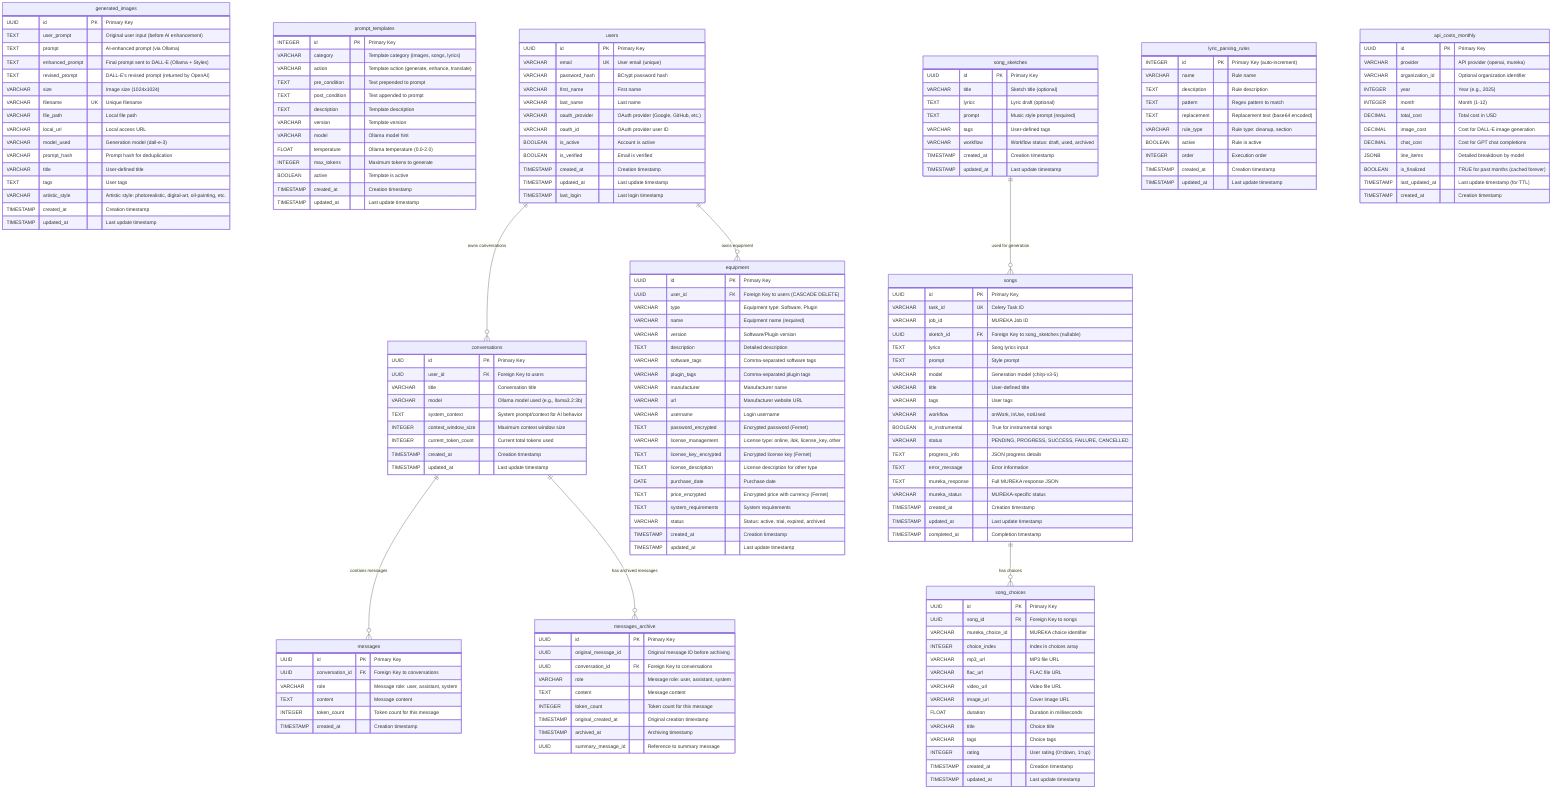
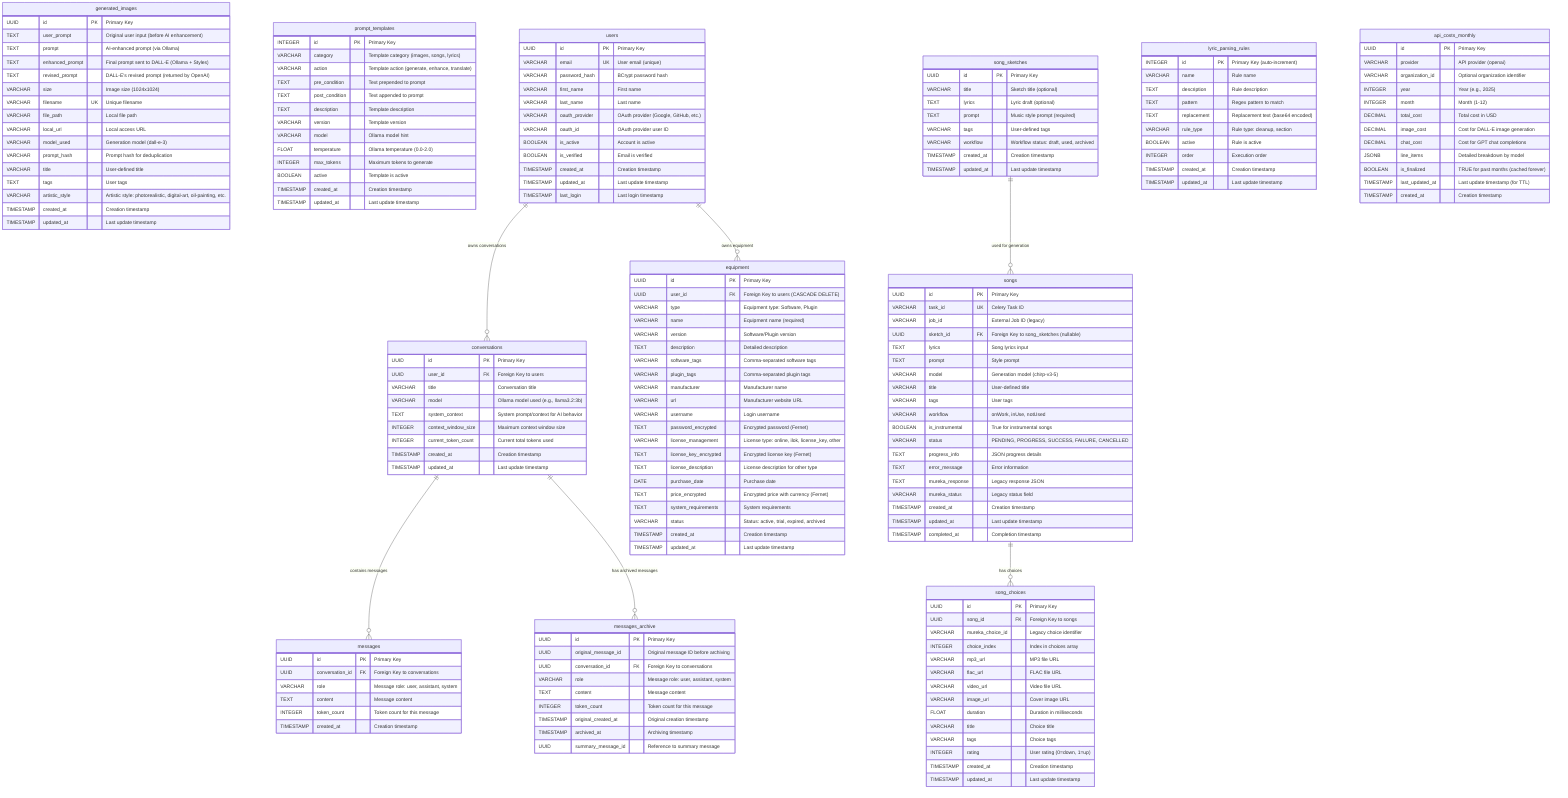
erDiagram
    songs {
        UUID id PK "Primary Key"
        VARCHAR task_id UK "Celery Task ID"
-         VARCHAR job_id "MUREKA Job ID"
+         VARCHAR job_id "External Job ID (legacy)"
        UUID sketch_id FK "Foreign Key to song_sketches (nullable)"
        TEXT lyrics "Song lyrics input"
        TEXT prompt "Style prompt"
        VARCHAR model "Generation model (chirp-v3-5)"
        VARCHAR title "User-defined title"
        VARCHAR tags "User tags"
        VARCHAR workflow "onWork, inUse, notUsed"
        BOOLEAN is_instrumental "True for instrumental songs"
        VARCHAR status "PENDING, PROGRESS, SUCCESS, FAILURE, CANCELLED"
        TEXT progress_info "JSON progress details"
        TEXT error_message "Error information"
-         TEXT mureka_response "Full MUREKA response JSON"
-         VARCHAR mureka_status "MUREKA-specific status"
+         TEXT mureka_response "Legacy response JSON"
+         VARCHAR mureka_status "Legacy status field"
        TIMESTAMP created_at "Creation timestamp"
        TIMESTAMP updated_at "Last update timestamp"
        TIMESTAMP completed_at "Completion timestamp"
    }

    song_choices {
        UUID id PK "Primary Key"
        UUID song_id FK "Foreign Key to songs"
-         VARCHAR mureka_choice_id "MUREKA choice identifier"
+         VARCHAR mureka_choice_id "Legacy choice identifier"
        INTEGER choice_index "Index in choices array"
        VARCHAR mp3_url "MP3 file URL"
        VARCHAR flac_url "FLAC file URL"
        VARCHAR video_url "Video file URL"
        VARCHAR image_url "Cover image URL"
        FLOAT duration "Duration in milliseconds"
        VARCHAR title "Choice title"
        VARCHAR tags "Choice tags"
        INTEGER rating "User rating (0=down, 1=up)"
        TIMESTAMP created_at "Creation timestamp"
        TIMESTAMP updated_at "Last update timestamp"
    }

    generated_images {
        UUID id PK "Primary Key"
        TEXT user_prompt "Original user input (before AI enhancement)"
        TEXT prompt "AI-enhanced prompt (via Ollama)"
        TEXT enhanced_prompt "Final prompt sent to DALL-E (Ollama + Styles)"
        TEXT revised_prompt "DALL-E's revised prompt (returned by OpenAI)"
        VARCHAR size "Image size (1024x1024)"
        VARCHAR filename UK "Unique filename"
        VARCHAR file_path "Local file path"
        VARCHAR local_url "Local access URL"
        VARCHAR model_used "Generation model (dall-e-3)"
        VARCHAR prompt_hash "Prompt hash for deduplication"
        VARCHAR title "User-defined title"
        TEXT tags "User tags"
        VARCHAR artistic_style "Artistic style: photorealistic, digital-art, oil-painting, etc."
        TIMESTAMP created_at "Creation timestamp"
        TIMESTAMP updated_at "Last update timestamp"
    }

    prompt_templates {
        INTEGER id PK "Primary Key"
        VARCHAR category "Template category (images, songs, lyrics)"
        VARCHAR action "Template action (generate, enhance, translate)"
        TEXT pre_condition "Text prepended to prompt"
        TEXT post_condition "Text appended to prompt"
        TEXT description "Template description"
        VARCHAR version "Template version"
        VARCHAR model "Ollama model hint"
        FLOAT temperature "Ollama temperature (0.0-2.0)"
        INTEGER max_tokens "Maximum tokens to generate"
        BOOLEAN active "Template is active"
        TIMESTAMP created_at "Creation timestamp"
        TIMESTAMP updated_at "Last update timestamp"
    }

    conversations {
        UUID id PK "Primary Key"
        UUID user_id FK "Foreign Key to users"
        VARCHAR title "Conversation title"
        VARCHAR model "Ollama model used (e.g., llama3.2:3b)"
        TEXT system_context "System prompt/context for AI behavior"
        INTEGER context_window_size "Maximum context window size"
        INTEGER current_token_count "Current total tokens used"
        TIMESTAMP created_at "Creation timestamp"
        TIMESTAMP updated_at "Last update timestamp"
    }

    messages {
        UUID id PK "Primary Key"
        UUID conversation_id FK "Foreign Key to conversations"
        VARCHAR role "Message role: user, assistant, system"
        TEXT content "Message content"
        INTEGER token_count "Token count for this message"
        TIMESTAMP created_at "Creation timestamp"
    }

    messages_archive {
        UUID id PK "Primary Key"
        UUID original_message_id "Original message ID before archiving"
        UUID conversation_id FK "Foreign Key to conversations"
        VARCHAR role "Message role: user, assistant, system"
        TEXT content "Message content"
        INTEGER token_count "Token count for this message"
        TIMESTAMP original_created_at "Original creation timestamp"
        TIMESTAMP archived_at "Archiving timestamp"
        UUID summary_message_id "Reference to summary message"
    }

    users {
        UUID id PK "Primary Key"
        VARCHAR email UK "User email (unique)"
        VARCHAR password_hash "BCrypt password hash"
        VARCHAR first_name "First name"
        VARCHAR last_name "Last name"
        VARCHAR oauth_provider "OAuth provider (Google, GitHub, etc.)"
        VARCHAR oauth_id "OAuth provider user ID"
        BOOLEAN is_active "Account is active"
        BOOLEAN is_verified "Email is verified"
        TIMESTAMP created_at "Creation timestamp"
        TIMESTAMP updated_at "Last update timestamp"
        TIMESTAMP last_login "Last login timestamp"
    }

    song_sketches {
        UUID id PK "Primary Key"
        VARCHAR title "Sketch title (optional)"
        TEXT lyrics "Lyric draft (optional)"
        TEXT prompt "Music style prompt (required)"
        VARCHAR tags "User-defined tags"
        VARCHAR workflow "Workflow status: draft, used, archived"
        TIMESTAMP created_at "Creation timestamp"
        TIMESTAMP updated_at "Last update timestamp"
    }

    lyric_parsing_rules {
        INTEGER id PK "Primary Key (auto-increment)"
        VARCHAR name "Rule name"
        TEXT description "Rule description"
        TEXT pattern "Regex pattern to match"
        TEXT replacement "Replacement text (base64 encoded)"
        VARCHAR rule_type "Rule type: cleanup, section"
        BOOLEAN active "Rule is active"
        INTEGER order "Execution order"
        TIMESTAMP created_at "Creation timestamp"
        TIMESTAMP updated_at "Last update timestamp"
    }

    equipment {
        UUID id PK "Primary Key"
        UUID user_id FK "Foreign Key to users (CASCADE DELETE)"
        VARCHAR type "Equipment type: Software, Plugin"
        VARCHAR name "Equipment name (required)"
        VARCHAR version "Software/Plugin version"
        TEXT description "Detailed description"
        VARCHAR software_tags "Comma-separated software tags"
        VARCHAR plugin_tags "Comma-separated plugin tags"
        VARCHAR manufacturer "Manufacturer name"
        VARCHAR url "Manufacturer website URL"
        VARCHAR username "Login username"
        TEXT password_encrypted "Encrypted password (Fernet)"
        VARCHAR license_management "License type: online, ilok, license_key, other"
        TEXT license_key_encrypted "Encrypted license key (Fernet)"
        TEXT license_description "License description for other type"
        DATE purchase_date "Purchase date"
        TEXT price_encrypted "Encrypted price with currency (Fernet)"
        TEXT system_requirements "System requirements"
        VARCHAR status "Status: active, trial, expired, archived"
        TIMESTAMP created_at "Creation timestamp"
        TIMESTAMP updated_at "Last update timestamp"
    }

    api_costs_monthly {
        UUID id PK "Primary Key"
-         VARCHAR provider "API provider (openai, mureka)"
+         VARCHAR provider "API provider (openai)"
        VARCHAR organization_id "Optional organization identifier"
        INTEGER year "Year (e.g., 2025)"
        INTEGER month "Month (1-12)"
        DECIMAL total_cost "Total cost in USD"
        DECIMAL image_cost "Cost for DALL-E image generation"
        DECIMAL chat_cost "Cost for GPT chat completions"
        JSONB line_items "Detailed breakdown by model"
        BOOLEAN is_finalized "TRUE for past months (cached forever)"
        TIMESTAMP last_updated_at "Last update timestamp (for TTL)"
        TIMESTAMP created_at "Creation timestamp"
    }

    song_sketches ||--o{ songs : "used for generation"
    songs ||--o{ song_choices : "has choices"
    users ||--o{ conversations : "owns conversations"
    users ||--o{ equipment : "owns equipment"
    conversations ||--o{ messages : "contains messages"
    conversations ||--o{ messages_archive : "has archived messages"